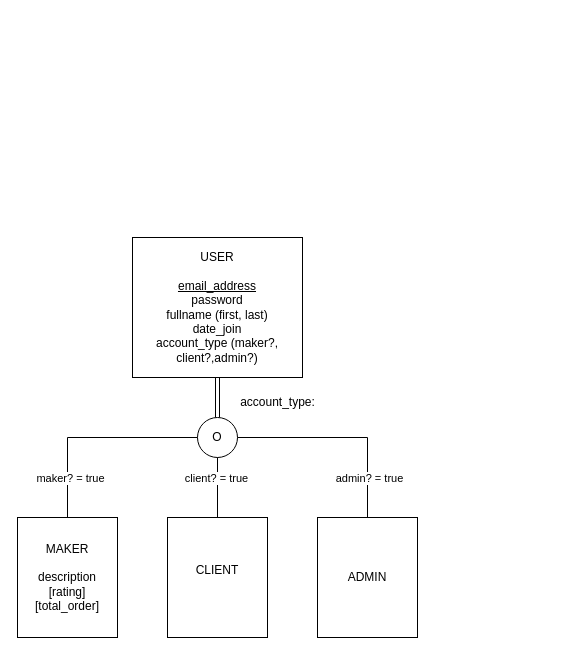
Before: MakeMe ER.drawio in lucasodra/makeme-express, a draw.io diagram. Source tidied: cells renumbered, new cells numbered last; positions are measured from the earlier drawing's top-left corner, leaving out a move shared by most shapes. Both pictures are drawn from the tidied source at 100%, with x=0, y=0 at pixel (17, 237).
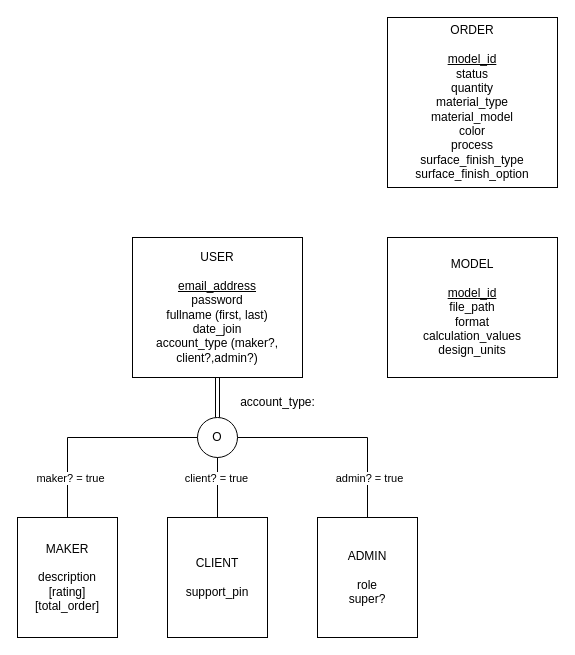
Above is the later version.

Change to the diagram source:
```diff
@@
 <mxGraphModel>
   <root>
     <mxCell id="0" />
     <mxCell id="1" parent="0" />
     <mxCell id="2" style="edgeStyle=orthogonalEdgeStyle;rounded=0;jettySize=auto;html=1;shape=link;" parent="1" edge="1" source="3" target="7">
       <mxGeometry relative="1" as="geometry" />
     </mxCell>
     <mxCell id="3" value="USER&lt;br&gt;&lt;br&gt;&lt;u&gt;email_address&lt;br&gt;&lt;/u&gt;password&lt;br&gt;fullname (first, last)&lt;br&gt;date_join&lt;br&gt;account_type (maker?, client?,admin?)" style="whiteSpace=wrap;html=1;align=center;" parent="1" vertex="1">
       <mxGeometry x="115" width="170" height="140" as="geometry" />
     </mxCell>
     <mxCell id="4" value="MAKER&lt;br&gt;&lt;br&gt;description&lt;br&gt;[rating]&lt;br&gt;[total_order]" style="whiteSpace=wrap;html=1;align=center;" parent="1" vertex="1">
       <mxGeometry y="280" width="100" height="120" as="geometry" />
     </mxCell>
-    <mxCell id="5" value="CLIENT&lt;br&gt;&lt;br&gt;" style="whiteSpace=wrap;html=1;align=center;" parent="1" vertex="1">
+    <mxCell id="5" value="CLIENT&lt;br&gt;&lt;br&gt;support_pin&lt;br&gt;" style="whiteSpace=wrap;html=1;align=center;" parent="1" vertex="1">
       <mxGeometry x="150" y="280" width="100" height="120" as="geometry" />
     </mxCell>
-    <mxCell id="6" value="ADMIN&lt;br&gt;" style="whiteSpace=wrap;html=1;align=center;" parent="1" vertex="1">
+    <mxCell id="6" value="ADMIN&lt;br&gt;&lt;br&gt;role&lt;br&gt;super?" style="whiteSpace=wrap;html=1;align=center;" parent="1" vertex="1">
       <mxGeometry x="300" y="280" width="100" height="120" as="geometry" />
     </mxCell>
     <mxCell id="7" value="O" style="ellipse;whiteSpace=wrap;html=1;" parent="1" vertex="1">
       <mxGeometry x="180" y="180" width="40" height="40" as="geometry" />
     </mxCell>
     <mxCell id="8" style="endArrow=none;html=1;rounded=0;entryX=0;entryY=0.5;entryDx=0;entryDy=0;exitX=0.5;exitY=0;exitDx=0;exitDy=0;edgeStyle=orthogonalEdgeStyle;" parent="1" edge="1" source="4" target="7">
       <mxGeometry relative="1" as="geometry" />
     </mxCell>
     <mxCell id="9" value="maker? = true" style="edgeLabel;html=1;align=center;verticalAlign=middle;" parent="8" vertex="1">
       <mxGeometry x="-0.36" y="-2" relative="1" as="geometry">
         <mxPoint y="27" as="offset" />
       </mxGeometry>
     </mxCell>
     <mxCell id="10" style="endArrow=none;html=1;rounded=0;entryX=0.5;entryY=1;entryDx=0;entryDy=0;exitX=0.5;exitY=0;exitDx=0;exitDy=0;" parent="1" edge="1" source="5" target="7">
       <mxGeometry relative="1" as="geometry" />
     </mxCell>
     <mxCell id="11" value="client? = true" style="edgeLabel;html=1;align=center;verticalAlign=middle;" parent="10" vertex="1">
       <mxGeometry x="0.4" y="2" relative="1" as="geometry">
         <mxPoint y="2" as="offset" />
       </mxGeometry>
     </mxCell>
     <mxCell id="12" style="endArrow=none;html=1;rounded=0;entryX=1;entryY=0.5;entryDx=0;entryDy=0;exitX=0.5;exitY=0;exitDx=0;exitDy=0;edgeStyle=orthogonalEdgeStyle;" parent="1" edge="1" source="6" target="7">
       <mxGeometry relative="1" as="geometry" />
     </mxCell>
     <mxCell id="13" value="admin? = true" style="edgeLabel;html=1;align=center;verticalAlign=middle;" parent="12" vertex="1">
       <mxGeometry x="-0.41" y="-1" relative="1" as="geometry">
         <mxPoint y="22" as="offset" />
       </mxGeometry>
     </mxCell>
     <mxCell id="14" value="account_type:" style="text;html=1;align=center;verticalAlign=middle;strokeColor=none;fillColor=none;" parent="1" vertex="1">
       <mxGeometry x="210" y="150" width="100" height="30" as="geometry" />
     </mxCell>
+    <mxCell id="15" value="MODEL&lt;br&gt;&lt;br&gt;&lt;u&gt;model_id&lt;br&gt;&lt;/u&gt;file_path&lt;br&gt;format&lt;br&gt;calculation_values&lt;br&gt;design_units" style="whiteSpace=wrap;html=1;align=center;" parent="1" vertex="1">
+      <mxGeometry x="370" width="170" height="140" as="geometry" />
+    </mxCell>
+    <mxCell id="16" value="ORDER&lt;br&gt;&lt;u&gt;&lt;br&gt;model_id&lt;br&gt;&lt;/u&gt;status&lt;br&gt;quantity&lt;br&gt;material_type&lt;br&gt;material_model&lt;br&gt;color&lt;br&gt;process&lt;br&gt;surface_finish_type&lt;br&gt;surface_finish_option&lt;br&gt;" style="whiteSpace=wrap;html=1;align=center;" parent="1" vertex="1">
+      <mxGeometry x="370" y="-220" width="170" height="170" as="geometry" />
+    </mxCell>
   </root>
 </mxGraphModel>
```
